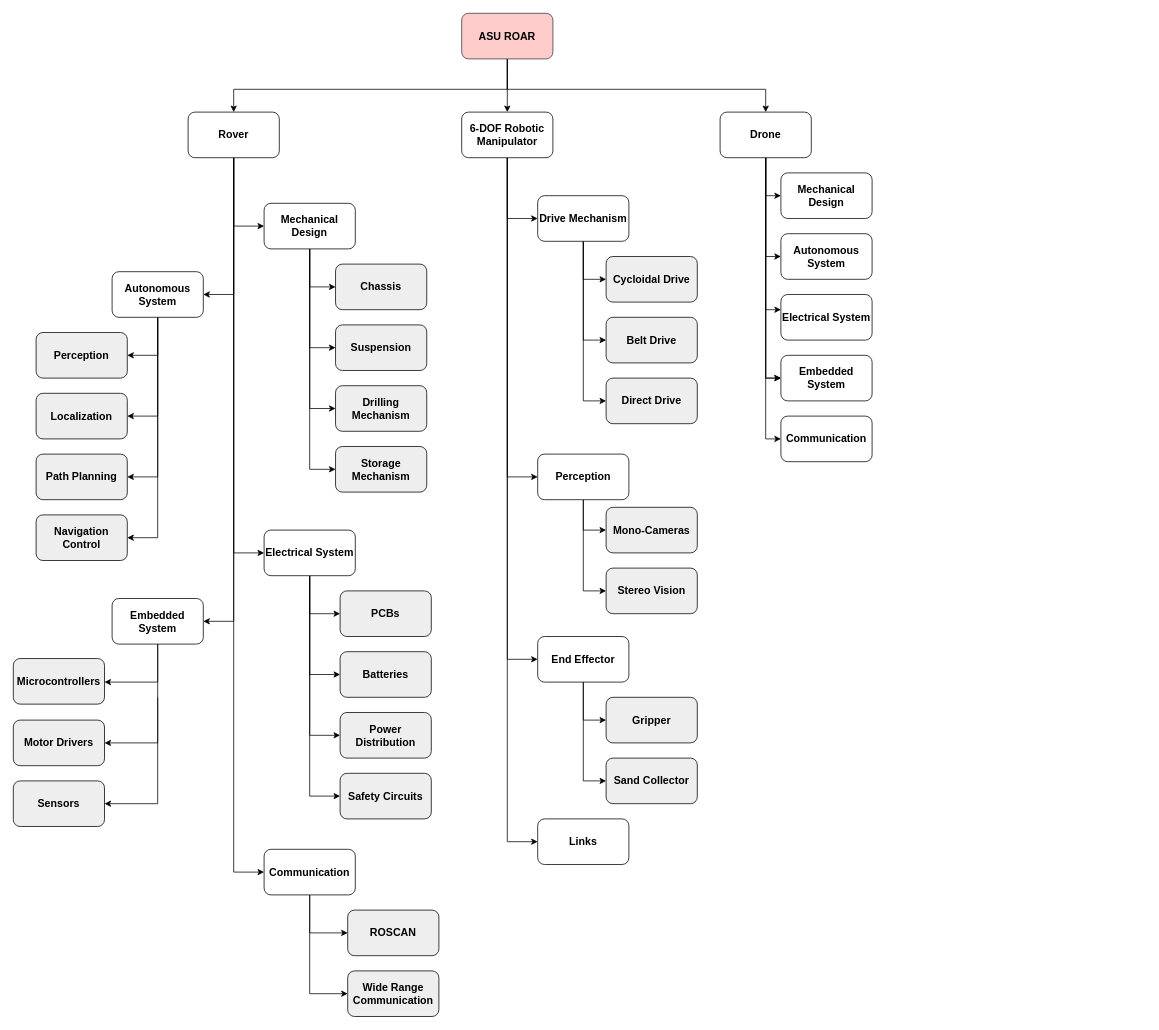
This is product-tree.drawio from ASU-ROAR-Team/preliminary-report-diagrams, a draw.io file, before an edit. Source tidied: cells renumbered, new cells numbered last; positions are measured from the earlier drawing's top-left corner, leaving out a move shared by most shapes. Both pictures are drawn from the tidied source at 76%, with x=0, y=0 at pixel (13, 13).
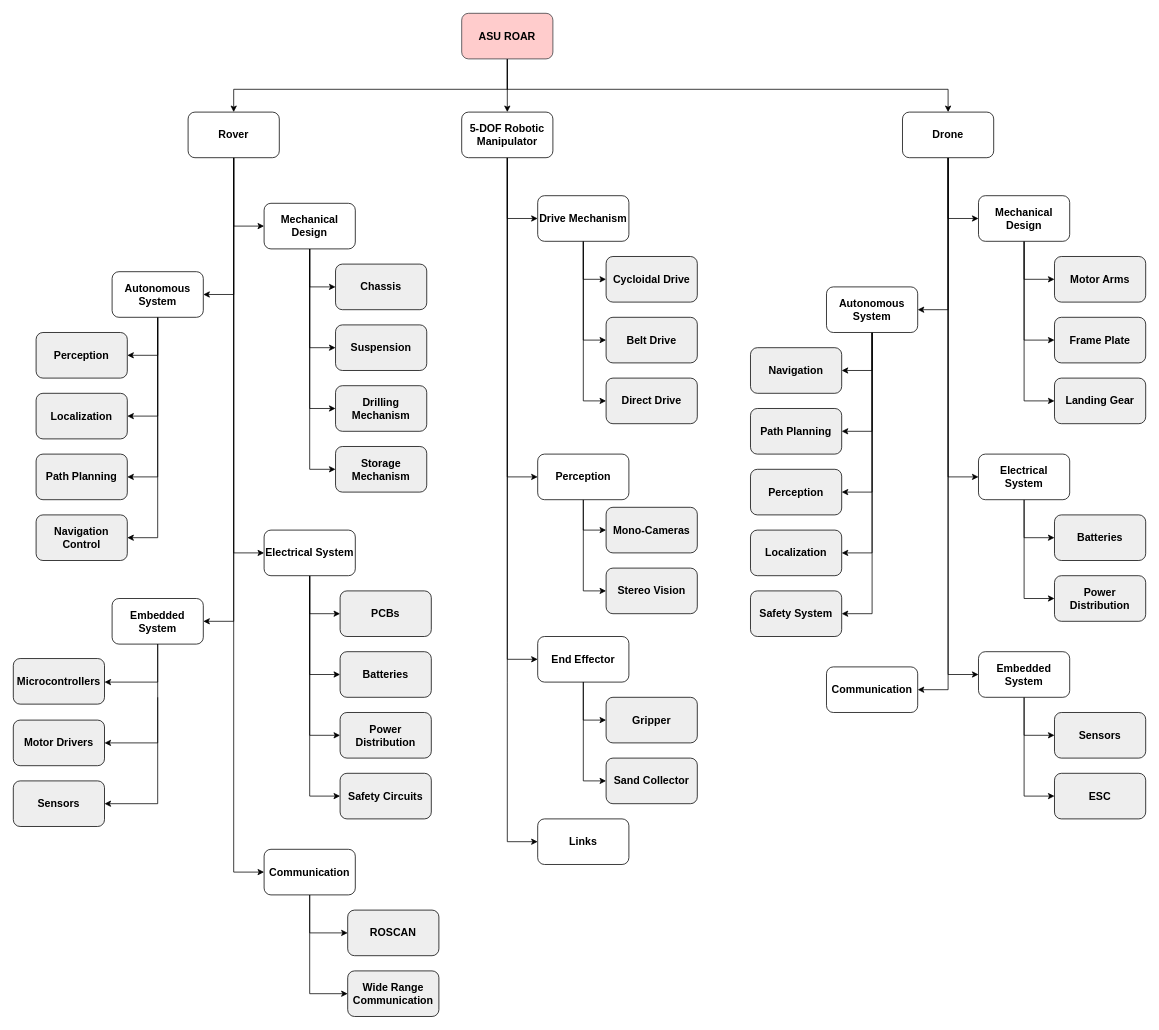
The same page after the edit.

Commit message (it also covers changes not shown here):
feat: add drone to product tree

Diff of the diagram source:
```diff
@@
     <mxCell id="4" style="edgeStyle=orthogonalEdgeStyle;rounded=0;jettySize=auto;html=1;entryX=0.5;entryY=0;entryDx=0;entryDy=0;fontStyle=1;fontSize=14;fillColor=#eeeeee;strokeColor=light-dark(#000000,#F5F5F5);fontColor=light-dark(#000000,#000000);" parent="1" edge="1" target="23">
       <mxGeometry relative="1" as="geometry">
         <mxPoint x="650" y="60" as="sourcePoint" />
         <Array as="points">
           <mxPoint x="650" y="100" />
-          <mxPoint x="990" y="100" />
+          <mxPoint x="1230" y="100" />
         </Array>
       </mxGeometry>
     </mxCell>
@@
-    <mxCell id="16" value="6-DOF Robotic Manipulator" style="rounded=1;whiteSpace=wrap;html=1;fillColor=light-dark(#FFFFFF,#AD7777);fontStyle=1;fontSize=14;" parent="1" vertex="1">
+    <mxCell id="16" value="5-DOF Robotic Manipulator" style="rounded=1;whiteSpace=wrap;html=1;fillColor=light-dark(#FFFFFF,#AD7777);fontStyle=1;fontSize=14;" parent="1" vertex="1">
       <mxGeometry x="590" y="130" width="120" height="60" as="geometry" />
     </mxCell>
-    <mxCell id="17" style="edgeStyle=orthogonalEdgeStyle;rounded=0;jettySize=auto;html=1;fontStyle=1;fontSize=14;fillColor=#eeeeee;strokeColor=light-dark(#000000,#F5F5F5);fontColor=light-dark(#000000,#000000);" parent="1" edge="1" source="23" target="81">
-      <mxGeometry relative="1" as="geometry">
-        <Array as="points">
-          <mxPoint x="990" y="240" />
-        </Array>
-      </mxGeometry>
+    <mxCell id="17" style="edgeStyle=orthogonalEdgeStyle;rounded=0;jettySize=auto;html=1;exitX=0.5;exitY=1;exitDx=0;exitDy=0;entryX=0;entryY=0.5;entryDx=0;entryDy=0;" parent="1" edge="1" source="23" target="81">
+      <mxGeometry relative="1" as="geometry" />
     </mxCell>
+    <mxCell id="19" style="edgeStyle=orthogonalEdgeStyle;rounded=0;jettySize=auto;html=1;exitX=0.5;exitY=1;exitDx=0;exitDy=0;entryX=0;entryY=0.5;entryDx=0;entryDy=0;" parent="1" edge="1" source="23" target="83">
+      <mxGeometry relative="1" as="geometry" />
+    </mxCell>
+    <mxCell id="86" style="edgeStyle=orthogonalEdgeStyle;rounded=0;jettySize=auto;html=1;exitX=0.5;exitY=1;exitDx=0;exitDy=0;entryX=0;entryY=0.5;entryDx=0;entryDy=0;" parent="1" edge="1" source="23" target="84">
+      <mxGeometry relative="1" as="geometry" />
+    </mxCell>
-    <mxCell id="18" style="edgeStyle=orthogonalEdgeStyle;rounded=0;jettySize=auto;html=1;fontStyle=1;fontSize=14;fillColor=#eeeeee;strokeColor=light-dark(#000000,#F5F5F5);fontColor=light-dark(#000000,#000000);" parent="1" edge="1" source="23" target="82">
-      <mxGeometry relative="1" as="geometry">
-        <Array as="points">
-          <mxPoint x="990" y="320" />
-        </Array>
-      </mxGeometry>
+    <mxCell id="18" style="edgeStyle=orthogonalEdgeStyle;rounded=0;jettySize=auto;html=1;exitX=0.5;exitY=1;exitDx=0;exitDy=0;entryX=1;entryY=0.5;entryDx=0;entryDy=0;" parent="1" edge="1" source="23" target="82">
+      <mxGeometry relative="1" as="geometry" />
     </mxCell>
-    <mxCell id="19" style="edgeStyle=orthogonalEdgeStyle;rounded=0;jettySize=auto;html=1;fontStyle=1;fontSize=14;fillColor=#eeeeee;strokeColor=light-dark(#000000,#F5F5F5);fontColor=light-dark(#000000,#000000);" parent="1" edge="1" source="23" target="83">
-      <mxGeometry relative="1" as="geometry">
-        <Array as="points">
-          <mxPoint x="990" y="390" />
-        </Array>
-      </mxGeometry>
-    </mxCell>
-    <mxCell id="20" style="edgeStyle=orthogonalEdgeStyle;rounded=0;jettySize=auto;html=1;entryX=0;entryY=0.5;entryDx=0;entryDy=0;fontStyle=1;fontSize=14;fillColor=#eeeeee;strokeColor=light-dark(#000000,#F5F5F5);fontColor=light-dark(#000000,#000000);" parent="1" edge="1" source="23" target="85">
+    <mxCell id="20" style="edgeStyle=orthogonalEdgeStyle;rounded=0;jettySize=auto;html=1;exitX=0.5;exitY=1;exitDx=0;exitDy=0;entryX=1;entryY=0.5;entryDx=0;entryDy=0;" parent="1" edge="1" source="23" target="85">
       <mxGeometry relative="1" as="geometry" />
     </mxCell>
-    <mxCell id="21" style="edgeStyle=orthogonalEdgeStyle;rounded=0;jettySize=auto;html=1;fontStyle=1;fontSize=14;fillColor=#eeeeee;strokeColor=light-dark(#000000,#F5F5F5);fontColor=light-dark(#000000,#000000);" parent="1" edge="1" source="23" target="84">
-      <mxGeometry relative="1" as="geometry">
-        <Array as="points">
-          <mxPoint x="990" y="480" />
-        </Array>
-      </mxGeometry>
-    </mxCell>
-    <mxCell id="22" style="edgeStyle=orthogonalEdgeStyle;rounded=0;jettySize=auto;html=1;fontStyle=1;fontSize=14;fillColor=#eeeeee;strokeColor=light-dark(#000000,#F5F5F5);fontColor=light-dark(#000000,#000000);" parent="1" edge="1" source="23" target="84">
-      <mxGeometry relative="1" as="geometry">
-        <Array as="points">
-          <mxPoint x="990" y="480" />
-        </Array>
-      </mxGeometry>
-    </mxCell>
     <mxCell id="23" value="Drone" style="rounded=1;whiteSpace=wrap;html=1;fillColor=light-dark(#FFFFFF,#AD7777);fontStyle=1;fontSize=14;" parent="1" vertex="1">
-      <mxGeometry x="930" y="130" width="120" height="60" as="geometry" />
+      <mxGeometry x="1170" y="130" width="120" height="60" as="geometry" />
     </mxCell>
@@
+    <mxCell id="87" style="edgeStyle=orthogonalEdgeStyle;rounded=0;jettySize=auto;html=1;exitX=0.5;exitY=1;exitDx=0;exitDy=0;entryX=0;entryY=0.5;entryDx=0;entryDy=0;" parent="1" edge="1" source="81" target="97">
+      <mxGeometry relative="1" as="geometry" />
+    </mxCell>
+    <mxCell id="88" style="edgeStyle=orthogonalEdgeStyle;rounded=0;jettySize=auto;html=1;exitX=0.5;exitY=1;exitDx=0;exitDy=0;entryX=0;entryY=0.5;entryDx=0;entryDy=0;" parent="1" edge="1" source="81" target="98">
+      <mxGeometry relative="1" as="geometry" />
+    </mxCell>
+    <mxCell id="89" style="edgeStyle=orthogonalEdgeStyle;rounded=0;jettySize=auto;html=1;exitX=0.5;exitY=1;exitDx=0;exitDy=0;entryX=0;entryY=0.5;entryDx=0;entryDy=0;" parent="1" edge="1" source="81" target="99">
+      <mxGeometry relative="1" as="geometry" />
+    </mxCell>
     <mxCell id="81" value="Mechanical Design" style="rounded=1;whiteSpace=wrap;html=1;fillColor=light-dark(#FFFFFF,#BABABA);fontStyle=1;fontSize=14;" parent="1" vertex="1">
-      <mxGeometry x="1010" y="210" width="120" height="60" as="geometry" />
+      <mxGeometry x="1270" y="240" width="120" height="60" as="geometry" />
     </mxCell>
+    <mxCell id="90" style="edgeStyle=orthogonalEdgeStyle;rounded=0;jettySize=auto;html=1;exitX=0.5;exitY=1;exitDx=0;exitDy=0;entryX=1;entryY=0.5;entryDx=0;entryDy=0;" parent="1" edge="1" source="82" target="106">
+      <mxGeometry relative="1" as="geometry" />
+    </mxCell>
+    <mxCell id="91" style="edgeStyle=orthogonalEdgeStyle;rounded=0;jettySize=auto;html=1;exitX=0.5;exitY=1;exitDx=0;exitDy=0;entryX=1;entryY=0.5;entryDx=0;entryDy=0;" parent="1" edge="1" source="82" target="107">
+      <mxGeometry relative="1" as="geometry" />
+    </mxCell>
+    <mxCell id="92" style="edgeStyle=orthogonalEdgeStyle;rounded=0;jettySize=auto;html=1;exitX=0.5;exitY=1;exitDx=0;exitDy=0;entryX=1;entryY=0.5;entryDx=0;entryDy=0;" parent="1" edge="1" source="82" target="108">
+      <mxGeometry relative="1" as="geometry" />
+    </mxCell>
+    <mxCell id="93" style="edgeStyle=orthogonalEdgeStyle;rounded=0;jettySize=auto;html=1;exitX=0.5;exitY=1;exitDx=0;exitDy=0;entryX=1;entryY=0.5;entryDx=0;entryDy=0;" parent="1" edge="1" source="82" target="109">
+      <mxGeometry relative="1" as="geometry" />
+    </mxCell>
+    <mxCell id="94" style="edgeStyle=orthogonalEdgeStyle;rounded=0;jettySize=auto;html=1;exitX=0.5;exitY=1;exitDx=0;exitDy=0;entryX=1;entryY=0.5;entryDx=0;entryDy=0;" parent="1" edge="1" source="82" target="110">
+      <mxGeometry relative="1" as="geometry" />
+    </mxCell>
     <mxCell id="82" value="Autonomous System" style="rounded=1;whiteSpace=wrap;html=1;fillColor=light-dark(#FFFFFF,#BABABA);fontStyle=1;fontSize=14;" parent="1" vertex="1">
-      <mxGeometry x="1010" y="290" width="120" height="60" as="geometry" />
+      <mxGeometry x="1070" y="360" width="120" height="60" as="geometry" />
     </mxCell>
+    <mxCell id="95" style="edgeStyle=orthogonalEdgeStyle;rounded=0;jettySize=auto;html=1;exitX=0.5;exitY=1;exitDx=0;exitDy=0;entryX=0;entryY=0.5;entryDx=0;entryDy=0;" parent="1" edge="1" source="83" target="100">
+      <mxGeometry relative="1" as="geometry" />
+    </mxCell>
+    <mxCell id="96" style="edgeStyle=orthogonalEdgeStyle;rounded=0;jettySize=auto;html=1;exitX=0.5;exitY=1;exitDx=0;exitDy=0;entryX=0;entryY=0.5;entryDx=0;entryDy=0;" parent="1" edge="1" source="83" target="101">
+      <mxGeometry relative="1" as="geometry" />
+    </mxCell>
-    <mxCell id="83" value="Electrical System" style="rounded=1;whiteSpace=wrap;html=1;fillColor=light-dark(#FFFFFF,#BABABA);fontStyle=1;fontSize=14;" parent="1" vertex="1">
-      <mxGeometry x="1010" y="370" width="120" height="60" as="geometry" />
+    <mxCell id="83" value="Electrical&lt;div&gt;System&lt;/div&gt;" style="rounded=1;whiteSpace=wrap;html=1;fillColor=light-dark(#FFFFFF,#BABABA);fontStyle=1;fontSize=14;" parent="1" vertex="1">
+      <mxGeometry x="1270" y="580" width="120" height="60" as="geometry" />
     </mxCell>
+    <mxCell id="85" value="Communication" style="rounded=1;whiteSpace=wrap;html=1;fillColor=light-dark(#FFFFFF,#BABABA);fontStyle=1;fontSize=14;" parent="1" vertex="1">
+      <mxGeometry x="1070" y="860" width="120" height="60" as="geometry" />
+    </mxCell>
+    <mxCell id="97" value="Motor Arms" style="rounded=1;whiteSpace=wrap;html=1;fontStyle=1;fontSize=14;fillColor=#eeeeee;strokeColor=light-dark(#000000,#F5F5F5);fontColor=light-dark(#000000,#000000);" parent="1" vertex="1">
+      <mxGeometry x="1370" y="320" width="120" height="60" as="geometry" />
+    </mxCell>
+    <mxCell id="98" value="Frame Plate" style="rounded=1;whiteSpace=wrap;html=1;fontStyle=1;fontSize=14;fillColor=#eeeeee;strokeColor=light-dark(#000000,#F5F5F5);fontColor=light-dark(#000000,#000000);" parent="1" vertex="1">
+      <mxGeometry x="1370" y="400" width="120" height="60" as="geometry" />
+    </mxCell>
+    <mxCell id="99" value="Landing Gear" style="rounded=1;whiteSpace=wrap;html=1;fontStyle=1;fontSize=14;fillColor=#eeeeee;strokeColor=light-dark(#000000,#F5F5F5);fontColor=light-dark(#000000,#000000);" parent="1" vertex="1">
+      <mxGeometry x="1370" y="480" width="120" height="60" as="geometry" />
+    </mxCell>
+    <mxCell id="100" value="Batteries" style="rounded=1;whiteSpace=wrap;html=1;fontStyle=1;fontSize=14;fillColor=#eeeeee;strokeColor=light-dark(#000000,#F5F5F5);fontColor=light-dark(#000000,#000000);" parent="1" vertex="1">
+      <mxGeometry x="1370" y="660" width="120" height="60" as="geometry" />
+    </mxCell>
+    <mxCell id="101" value="Power Distribution" style="rounded=1;whiteSpace=wrap;html=1;fontStyle=1;fontSize=14;fillColor=#eeeeee;strokeColor=light-dark(#000000,#F5F5F5);fontColor=light-dark(#000000,#000000);" parent="1" vertex="1">
+      <mxGeometry x="1370" y="740" width="120" height="60" as="geometry" />
+    </mxCell>
+    <mxCell id="102" style="edgeStyle=orthogonalEdgeStyle;rounded=0;jettySize=auto;html=1;exitX=0.5;exitY=1;exitDx=0;exitDy=0;entryX=0;entryY=0.5;entryDx=0;entryDy=0;" parent="1" edge="1" source="84" target="104">
+      <mxGeometry relative="1" as="geometry" />
+    </mxCell>
+    <mxCell id="103" style="edgeStyle=orthogonalEdgeStyle;rounded=0;jettySize=auto;html=1;exitX=0.5;exitY=1;exitDx=0;exitDy=0;entryX=0;entryY=0.5;entryDx=0;entryDy=0;" parent="1" edge="1" source="84" target="105">
+      <mxGeometry relative="1" as="geometry" />
+    </mxCell>
     <mxCell id="84" value="Embedded System" style="rounded=1;whiteSpace=wrap;html=1;fillColor=light-dark(#FFFFFF,#BABABA);fontStyle=1;fontSize=14;" parent="1" vertex="1">
-      <mxGeometry x="1010" y="450" width="120" height="60" as="geometry" />
+      <mxGeometry x="1270" y="840" width="120" height="60" as="geometry" />
     </mxCell>
-    <mxCell id="85" value="Communication" style="rounded=1;whiteSpace=wrap;html=1;fillColor=light-dark(#FFFFFF,#BABABA);fontStyle=1;fontSize=14;" parent="1" vertex="1">
-      <mxGeometry x="1010" y="530" width="120" height="60" as="geometry" />
-    </mxCell>
+    <mxCell id="104" value="Sensors" style="rounded=1;whiteSpace=wrap;html=1;fontStyle=1;fontSize=14;fillColor=#eeeeee;strokeColor=light-dark(#000000,#F5F5F5);fontColor=light-dark(#000000,#000000);" parent="1" vertex="1">
+      <mxGeometry x="1370" y="920" width="120" height="60" as="geometry" />
+    </mxCell>
+    <mxCell id="105" value="ESC" style="rounded=1;whiteSpace=wrap;html=1;fontStyle=1;fontSize=14;fillColor=#eeeeee;strokeColor=light-dark(#000000,#F5F5F5);fontColor=light-dark(#000000,#000000);" parent="1" vertex="1">
+      <mxGeometry x="1370" y="1000" width="120" height="60" as="geometry" />
+    </mxCell>
+    <mxCell id="106" value="Navigation" style="rounded=1;whiteSpace=wrap;html=1;fontStyle=1;fontSize=14;fillColor=#eeeeee;strokeColor=light-dark(#000000,#F5F5F5);fontColor=light-dark(#000000,#000000);" parent="1" vertex="1">
+      <mxGeometry x="970" y="440" width="120" height="60" as="geometry" />
+    </mxCell>
+    <mxCell id="107" value="Path Planning" style="rounded=1;whiteSpace=wrap;html=1;fontStyle=1;fontSize=14;fillColor=#eeeeee;strokeColor=light-dark(#000000,#F5F5F5);fontColor=light-dark(#000000,#000000);" parent="1" vertex="1">
+      <mxGeometry x="970" y="520" width="120" height="60" as="geometry" />
+    </mxCell>
+    <mxCell id="108" value="Perception" style="rounded=1;whiteSpace=wrap;html=1;fontStyle=1;fontSize=14;fillColor=#eeeeee;strokeColor=light-dark(#000000,#F5F5F5);fontColor=light-dark(#000000,#000000);" parent="1" vertex="1">
+      <mxGeometry x="970" y="600" width="120" height="60" as="geometry" />
+    </mxCell>
+    <mxCell id="109" value="Localization" style="rounded=1;whiteSpace=wrap;html=1;fontStyle=1;fontSize=14;fillColor=#eeeeee;strokeColor=light-dark(#000000,#F5F5F5);fontColor=light-dark(#000000,#000000);" parent="1" vertex="1">
+      <mxGeometry x="970" y="680" width="120" height="60" as="geometry" />
+    </mxCell>
+    <mxCell id="110" value="Safety System" style="rounded=1;whiteSpace=wrap;html=1;fontStyle=1;fontSize=14;fillColor=#eeeeee;strokeColor=light-dark(#000000,#F5F5F5);fontColor=light-dark(#000000,#000000);" parent="1" vertex="1">
+      <mxGeometry x="970" y="760" width="120" height="60" as="geometry" />
+    </mxCell>
```
